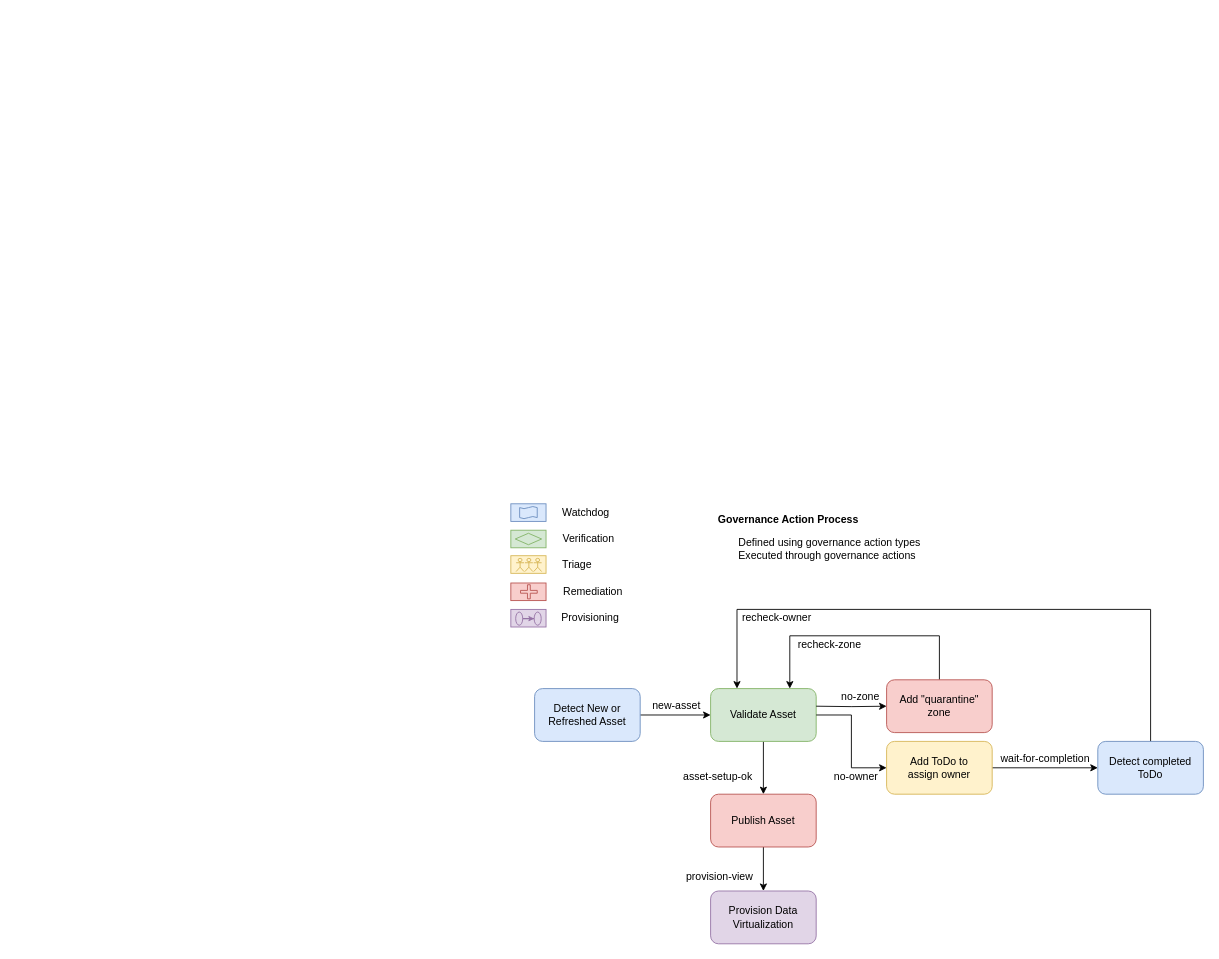
Before: page "governance-action-process-example" (2 of 5) of site/docs/concepts/governance-engines.drawio in odpi/egeria-docs, a draw.io diagram. Source tidied: cells renumbered, new cells numbered last; positions are measured from the earlier drawing's top-left corner, leaving out a move shared by most shapes. Both pictures are drawn from the tidied source at 88%, with x=0, y=0 at pixel (510, 503).
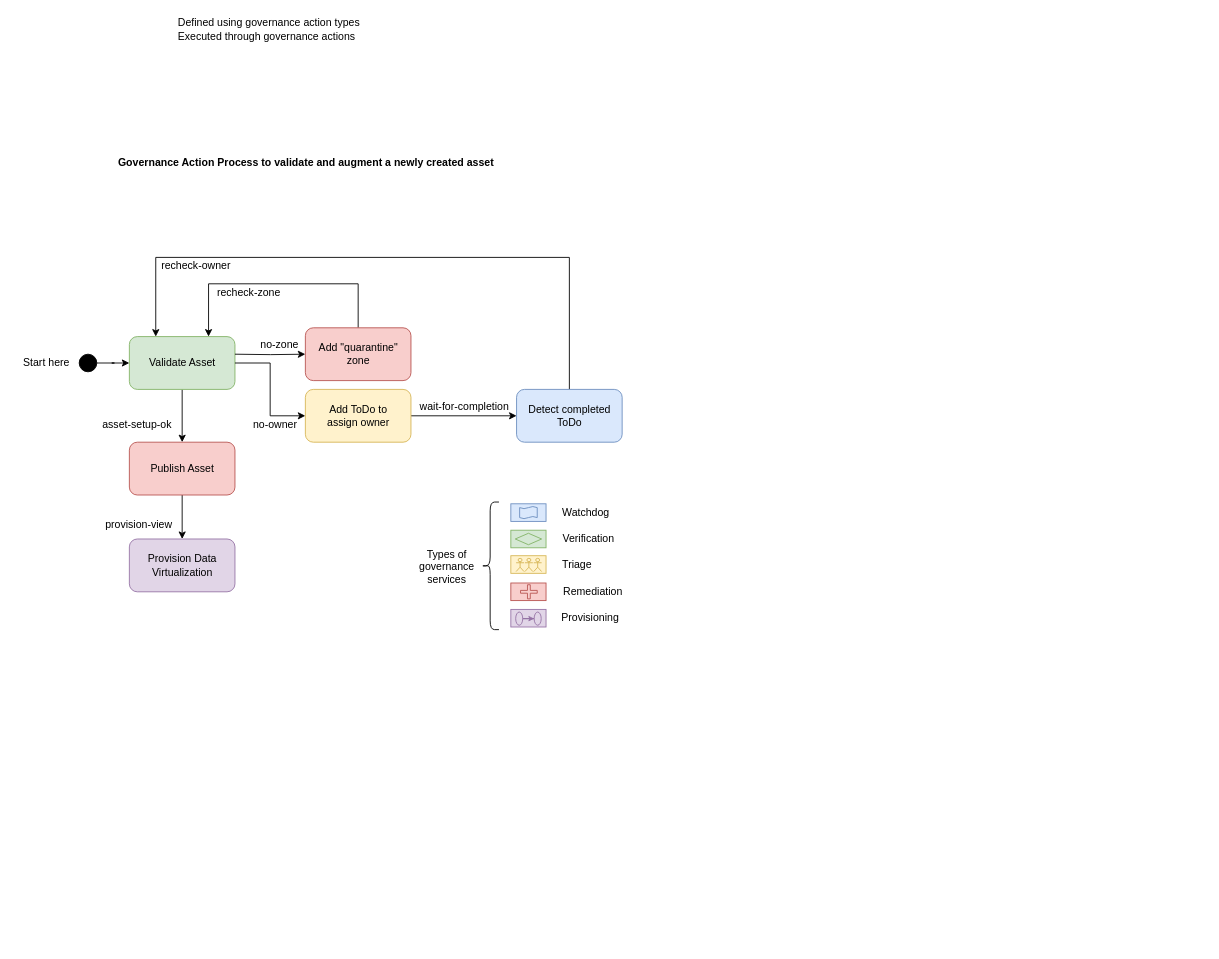
The same page after the edit.

Commit message (it also covers changes not shown here):
Add descriptions of governance action processes

What changed in the source:
```diff
@@
-    <mxCell id="3" style="edgeStyle=orthogonalEdgeStyle;rounded=0;jettySize=auto;html=1;" parent="1" edge="1" source="4" target="6">
-      <mxGeometry relative="1" as="geometry" />
-    </mxCell>
-    <mxCell id="4" value="Detect New or&lt;br&gt;Refreshed Asset" style="rounded=1;whiteSpace=wrap;html=1;fillColor=#dae8fc;strokeColor=#6c8ebf;" parent="1" vertex="1">
-      <mxGeometry x="27" y="210" width="120" height="60" as="geometry" />
-    </mxCell>
@@
     <mxCell id="6" value="Validate Asset" style="rounded=1;whiteSpace=wrap;html=1;fillColor=#d5e8d4;strokeColor=#82b366;" parent="1" vertex="1">
-      <mxGeometry x="227" y="210" width="120" height="60" as="geometry" />
+      <mxGeometry x="-433.5" y="-190" width="120" height="60" as="geometry" />
     </mxCell>
-    <mxCell id="7" value="new-asset" style="text;html=1;align=center;verticalAlign=middle;" parent="1" vertex="1">
-      <mxGeometry x="153" y="220" width="70" height="20" as="geometry" />
-    </mxCell>
     <mxCell id="8" style="edgeStyle=orthogonalEdgeStyle;rounded=0;jettySize=auto;html=1;" parent="1" edge="1" target="10">
       <mxGeometry relative="1" as="geometry">
-        <mxPoint x="347" y="230" as="sourcePoint" />
+        <mxPoint x="-313.5" y="-170" as="sourcePoint" />
       </mxGeometry>
     </mxCell>
     <mxCell id="9" style="edgeStyle=orthogonalEdgeStyle;rounded=0;jettySize=auto;html=1;entryX=0.75;entryY=0;entryDx=0;entryDy=0;" parent="1" edge="1" source="10" target="6">
       <mxGeometry relative="1" as="geometry">
         <Array as="points">
-          <mxPoint x="487" y="150" />
-          <mxPoint x="317" y="150" />
+          <mxPoint x="-173.5" y="-250" />
+          <mxPoint x="-343.5" y="-250" />
         </Array>
       </mxGeometry>
     </mxCell>
     <mxCell id="10" value="Add &quot;quarantine&quot; zone" style="rounded=1;whiteSpace=wrap;html=1;fillColor=#f8cecc;strokeColor=#b85450;" parent="1" vertex="1">
-      <mxGeometry x="427" y="200" width="120" height="60" as="geometry" />
+      <mxGeometry x="-233.5" y="-200" width="120" height="60" as="geometry" />
     </mxCell>
     <mxCell id="11" value="no-zone" style="text;html=1;align=center;verticalAlign=middle;" parent="1" vertex="1">
-      <mxGeometry x="367" y="210" width="60" height="20" as="geometry" />
+      <mxGeometry x="-293.5" y="-190" width="60" height="20" as="geometry" />
     </mxCell>
@@
     <mxCell id="23" value="Add ToDo to&lt;br&gt;assign owner" style="rounded=1;whiteSpace=wrap;html=1;fillColor=#fff2cc;strokeColor=#d6b656;" parent="1" vertex="1">
-      <mxGeometry x="427" y="270" width="120" height="60" as="geometry" />
+      <mxGeometry x="-233.5" y="-130" width="120" height="60" as="geometry" />
     </mxCell>
     <mxCell id="24" value="no-owner" style="text;html=1;align=center;verticalAlign=middle;" parent="1" vertex="1">
-      <mxGeometry x="357" y="300" width="70" height="20" as="geometry" />
+      <mxGeometry x="-303.5" y="-100" width="70" height="20" as="geometry" />
     </mxCell>
     <mxCell id="25" style="edgeStyle=orthogonalEdgeStyle;rounded=0;jettySize=auto;html=1;entryX=0.25;entryY=0;entryDx=0;entryDy=0;" parent="1" edge="1" source="26" target="6">
       <mxGeometry relative="1" as="geometry">
         <Array as="points">
-          <mxPoint x="727" y="120" />
-          <mxPoint x="257" y="120" />
+          <mxPoint x="66.5" y="-280" />
+          <mxPoint x="-403.5" y="-280" />
         </Array>
       </mxGeometry>
     </mxCell>
     <mxCell id="26" value="Detect completed&lt;br&gt;ToDo" style="rounded=1;whiteSpace=wrap;html=1;fillColor=#dae8fc;strokeColor=#6c8ebf;" parent="1" vertex="1">
-      <mxGeometry x="667" y="270" width="120" height="60" as="geometry" />
+      <mxGeometry x="6.5" y="-130" width="120" height="60" as="geometry" />
     </mxCell>
     <mxCell id="27" value="wait-for-completion" style="text;html=1;align=center;verticalAlign=middle;" parent="1" vertex="1">
-      <mxGeometry x="547" y="280" width="120" height="20" as="geometry" />
+      <mxGeometry x="-113.5" y="-120" width="120" height="20" as="geometry" />
     </mxCell>
     <mxCell id="28" value="recheck-owner" style="text;html=1;align=center;verticalAlign=middle;" parent="1" vertex="1">
-      <mxGeometry x="257" y="120" width="90" height="20" as="geometry" />
+      <mxGeometry x="-403.5" y="-280" width="90" height="20" as="geometry" />
     </mxCell>
     <mxCell id="29" value="recheck-zone" style="text;html=1;align=center;verticalAlign=middle;" parent="1" vertex="1">
-      <mxGeometry x="317" y="150" width="90" height="20" as="geometry" />
+      <mxGeometry x="-343.5" y="-250" width="90" height="20" as="geometry" />
     </mxCell>
@@
     <mxCell id="31" value="Publish Asset" style="rounded=1;whiteSpace=wrap;html=1;fillColor=#f8cecc;strokeColor=#b85450;" parent="1" vertex="1">
-      <mxGeometry x="227" y="330" width="120" height="60" as="geometry" />
+      <mxGeometry x="-433.5" y="-70" width="120" height="60" as="geometry" />
     </mxCell>
     <mxCell id="32" value="Provision Data Virtualization" style="rounded=1;whiteSpace=wrap;html=1;fillColor=#e1d5e7;strokeColor=#9673a6;" parent="1" vertex="1">
-      <mxGeometry x="227" y="440" width="120" height="60" as="geometry" />
+      <mxGeometry x="-433.5" y="40" width="120" height="60" as="geometry" />
     </mxCell>
     <mxCell id="33" value="asset-setup-ok" style="text;html=1;align=center;verticalAlign=middle;" parent="1" vertex="1">
-      <mxGeometry x="190" y="300" width="90" height="20" as="geometry" />
+      <mxGeometry x="-470.5" y="-100" width="90" height="20" as="geometry" />
     </mxCell>
@@
     <mxCell id="43" value="provision-view" style="text;html=1;align=center;verticalAlign=middle;" parent="1" vertex="1">
-      <mxGeometry x="194" y="415" width="86" height="18" as="geometry" />
+      <mxGeometry x="-466.5" y="15" width="86" height="18" as="geometry" />
     </mxCell>
-    <mxCell id="44" value="Governance Action Process" style="text;html=1;align=center;verticalAlign=middle;fontStyle=1;" parent="1" vertex="1">
-      <mxGeometry x="230" y="9" width="170" height="18" as="geometry" />
+    <mxCell id="44" value="Governance Action Process to validate and augment a newly created asset" style="text;html=1;align=center;verticalAlign=middle;fontStyle=1;" parent="1" vertex="1">
+      <mxGeometry x="-453.5" y="-397" width="440" height="20" as="geometry" />
     </mxCell>
     <mxCell id="45" value="Defined using governance action types&lt;br&gt;Executed through governance actions" style="text;html=1;align=left;verticalAlign=middle;" parent="1" vertex="1">
-      <mxGeometry x="257" y="34.5" width="217" height="32" as="geometry" />
+      <mxGeometry x="-380.5" y="-555" width="217" height="32" as="geometry" />
     </mxCell>
+    <mxCell id="46" style="shape=curlyBracket;whiteSpace=wrap;html=1;rounded=1;" parent="1" vertex="1">
+      <mxGeometry x="-33.5" y="-2" width="20" height="145" as="geometry" />
+    </mxCell>
+    <mxCell id="47" value="Types of&lt;br&gt;governance&lt;br&gt;services" style="text;html=1;align=center;verticalAlign=middle;strokeColor=none;fillColor=none;" parent="1" vertex="1">
+      <mxGeometry x="-113.5" y="46.5" width="80" height="50" as="geometry" />
+    </mxCell>
+    <mxCell id="48" style="edgeStyle=orthogonalEdgeStyle;rounded=0;jettySize=auto;html=1;" parent="1" edge="1" source="49" target="6">
+      <mxGeometry relative="1" as="geometry" />
+    </mxCell>
+    <mxCell id="49" style="ellipse;whiteSpace=wrap;html=1;fillColor=#000000;" parent="1" vertex="1">
+      <mxGeometry x="-490.5" y="-170" width="20" height="20" as="geometry" />
+    </mxCell>
+    <mxCell id="50" value="Start here" style="text;html=1;align=center;verticalAlign=middle;strokeColor=none;fillColor=none;" parent="1" vertex="1">
+      <mxGeometry x="-563.5" y="-170" width="70" height="20" as="geometry" />
+    </mxCell>
```
